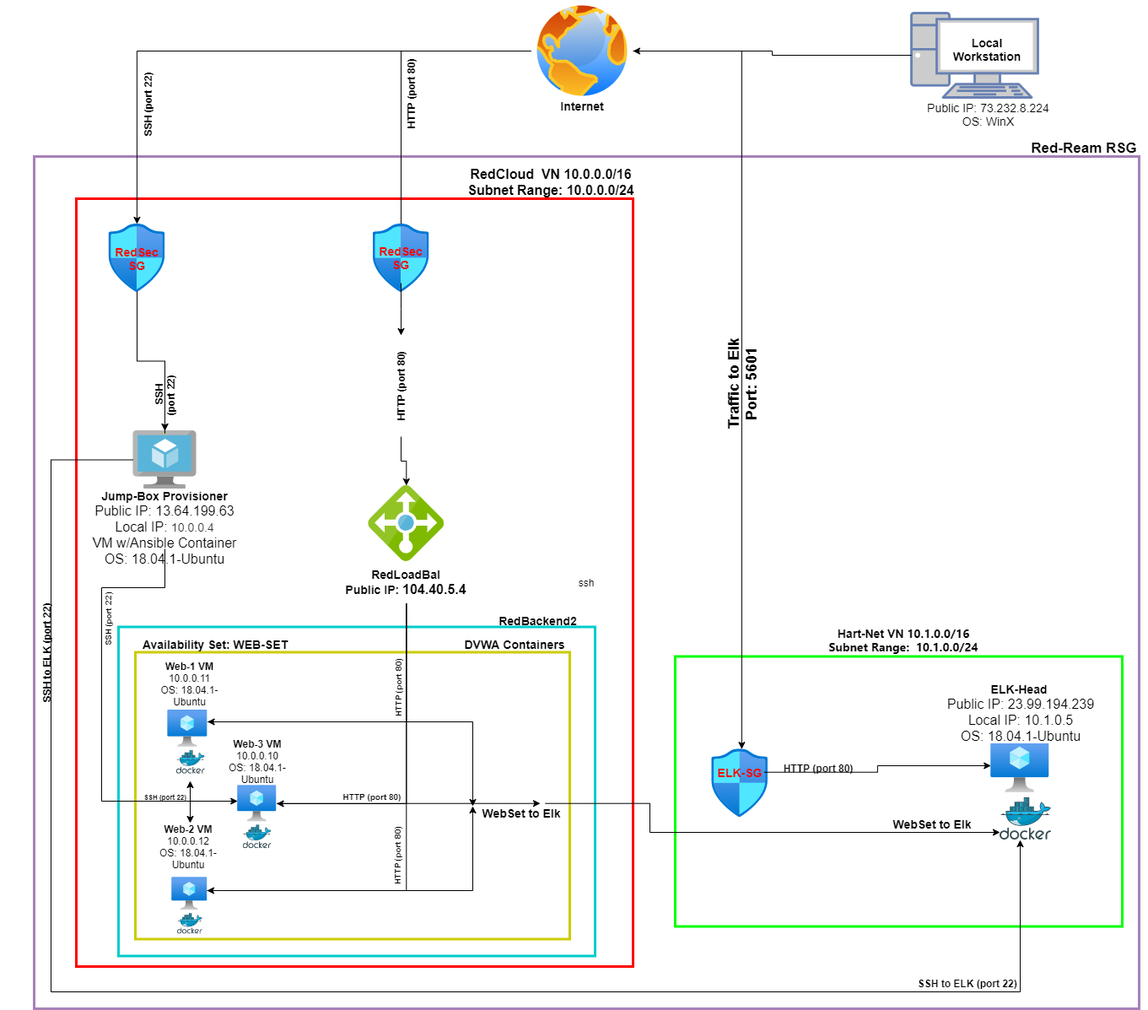
The draw.io diagram Images/my_azure2.png in 8a1anc3/ELKthis, before a commit. Source tidied: cells renumbered, new cells last; positions are measured from the earlier drawing's top-left corner, leaving out a move shared by most shapes.
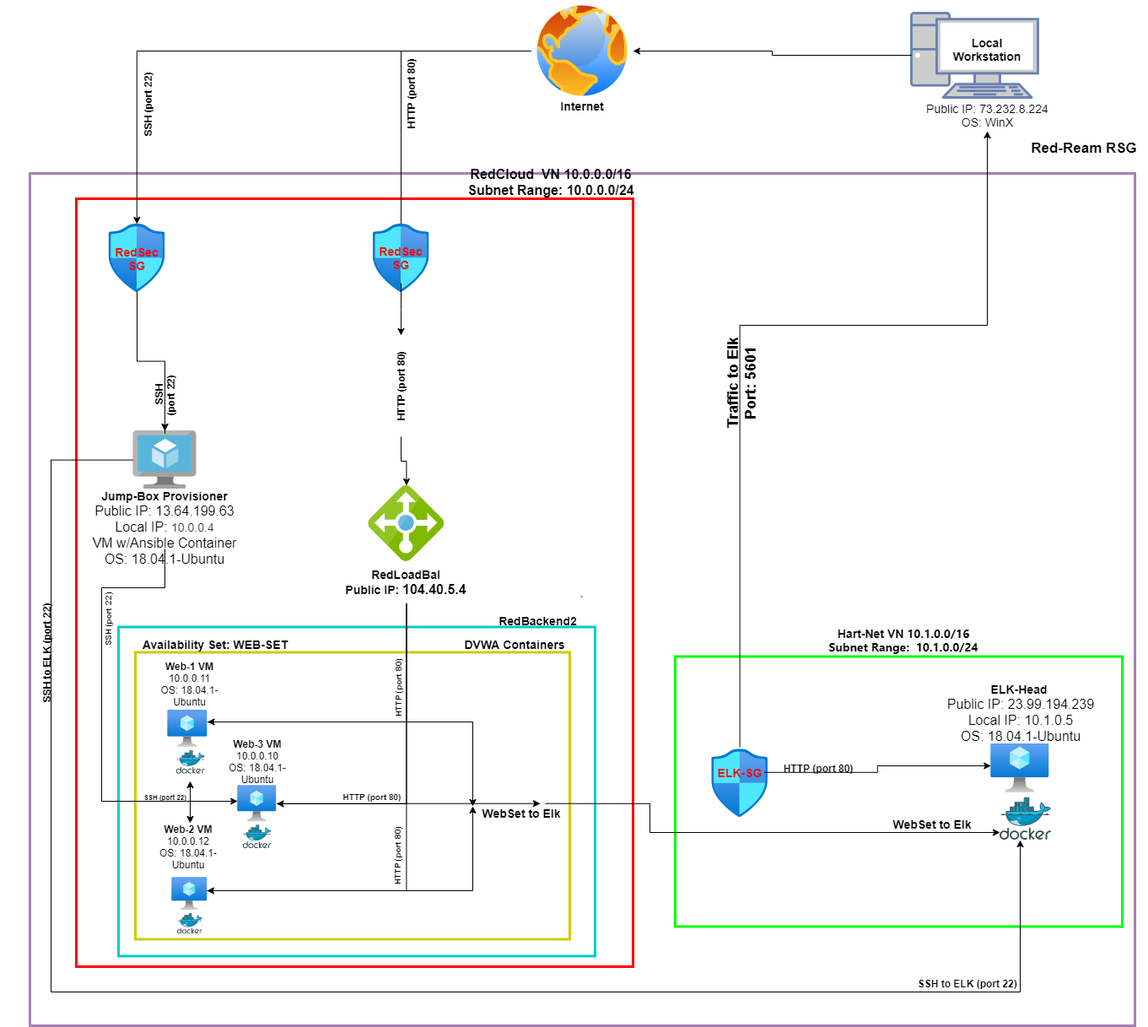
Later version of the same file.

What changed in the source:
```diff
@@ -2,12 +2,12 @@
   <root>
     <mxCell id="0" />
     <mxCell id="1" parent="0" />
+    <mxCell id="3" style="rounded=0;whiteSpace=wrap;html=1;fillColor=none;strokeColor=#FF0000;strokeWidth=3;" parent="1" vertex="1">
+      <mxGeometry x="100" y="235" width="660" height="910" as="geometry" />
+    </mxCell>
-    <mxCell id="2" value="ssh" style="rounded=0;whiteSpace=wrap;html=1;fillColor=none;strokeColor=#A680B8;strokeWidth=3;" parent="1" vertex="1">
-      <mxGeometry x="50" y="185" width="1310" height="1010" as="geometry" />
+    <mxCell id="2" value="`" style="rounded=0;whiteSpace=wrap;html=1;fillColor=none;strokeColor=#A680B8;strokeWidth=3;" parent="1" vertex="1">
+      <mxGeometry x="45" y="205" width="1310" height="1010" as="geometry" />
     </mxCell>
-    <mxCell id="3" style="rounded=0;whiteSpace=wrap;html=1;fillColor=none;strokeColor=#FF0000;strokeWidth=3;" parent="1" vertex="1">
-      <mxGeometry x="100" y="235" width="660" height="910" as="geometry" />
-    </mxCell>
     <mxCell id="4" style="rounded=0;whiteSpace=wrap;html=1;fillColor=none;strokeColor=#00CCCC;strokeWidth=3;" parent="1" vertex="1">
       <mxGeometry x="150" y="742.5" width="565" height="390" as="geometry" />
     </mxCell>
@@ -29,9 +29,6 @@
     <mxCell id="10" style="edgeStyle=orthogonalEdgeStyle;rounded=0;jettySize=auto;html=1;fontSize=14;" parent="1" edge="1" source="13" target="21">
       <mxGeometry relative="1" as="geometry" />
     </mxCell>
-    <mxCell id="11" style="edgeStyle=orthogonalEdgeStyle;rounded=0;jettySize=auto;html=1;" parent="1" edge="1" source="13" target="81">
-      <mxGeometry relative="1" as="geometry" />
-    </mxCell>
     <mxCell id="12" style="edgeStyle=orthogonalEdgeStyle;rounded=0;jettySize=auto;html=1;fontSize=10;" parent="1" edge="1" source="13" target="37">
       <mxGeometry relative="1" as="geometry" />
     </mxCell>
@@ -333,5 +330,14 @@
     <mxCell id="94" value="&lt;b style=&quot;font-size: 14px;&quot;&gt;DVWA Containers&lt;br style=&quot;font-size: 14px;&quot;&gt;&lt;/b&gt;" style="text;html=1;strokeColor=none;fillColor=none;align=center;verticalAlign=middle;whiteSpace=wrap;rounded=0;fontSize=14;" parent="1" vertex="1">
       <mxGeometry x="545" y="742.5" width="150" height="40" as="geometry" />
     </mxCell>
+    <mxCell id="95" style="edgeStyle=orthogonalEdgeStyle;rounded=0;jettySize=auto;html=1;" parent="1" edge="1" source="84">
+      <mxGeometry relative="1" as="geometry">
+        <mxPoint x="1180" y="155" as="targetPoint" />
+        <Array as="points">
+          <mxPoint x="887" y="385" />
+          <mxPoint x="1180" y="385" />
+        </Array>
+      </mxGeometry>
+    </mxCell>
   </root>
 </mxGraphModel>
```
